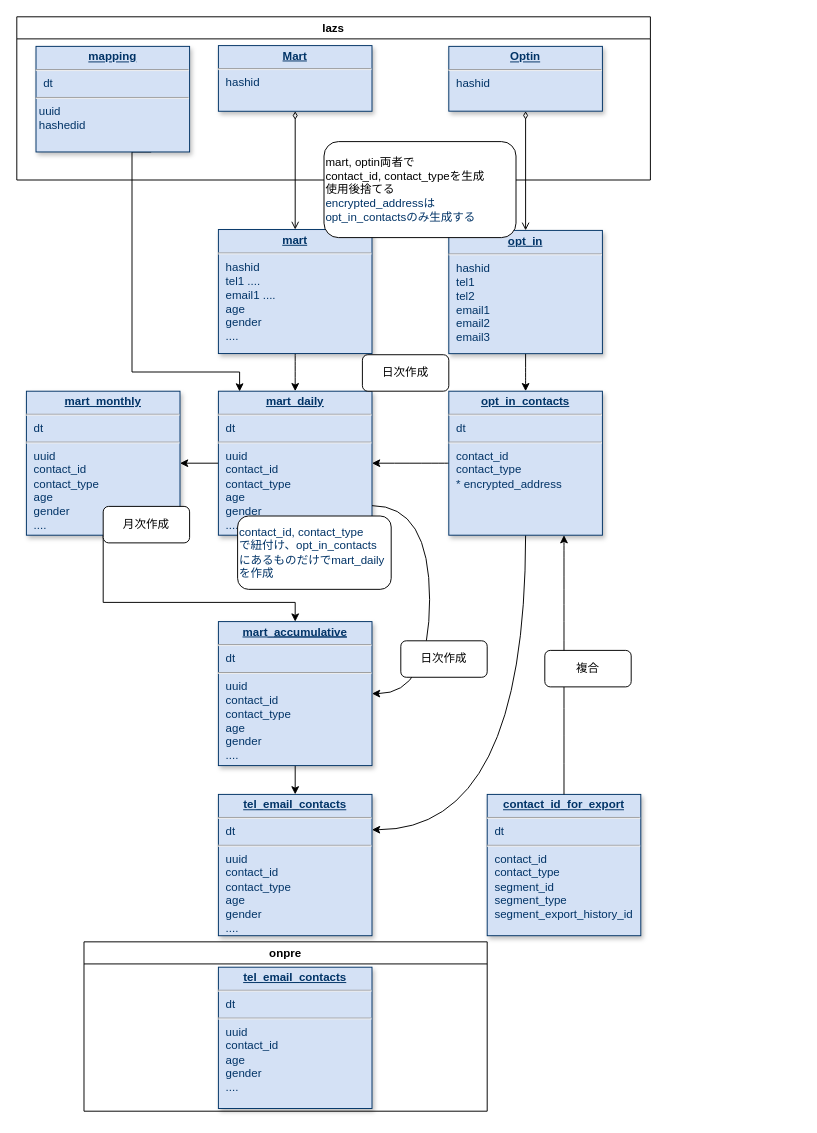
kazuakit/study keeps this draw.io diagram as Untitled Diagram.drawio. Above is the earlier version. Source tidied: cells renumbered, new cells numbered last; positions are measured from the earlier drawing's top-left corner, leaving out a move shared by most shapes. Both pictures are drawn from the tidied source at 96%, with x=0, y=0 at pixel (16, 16).
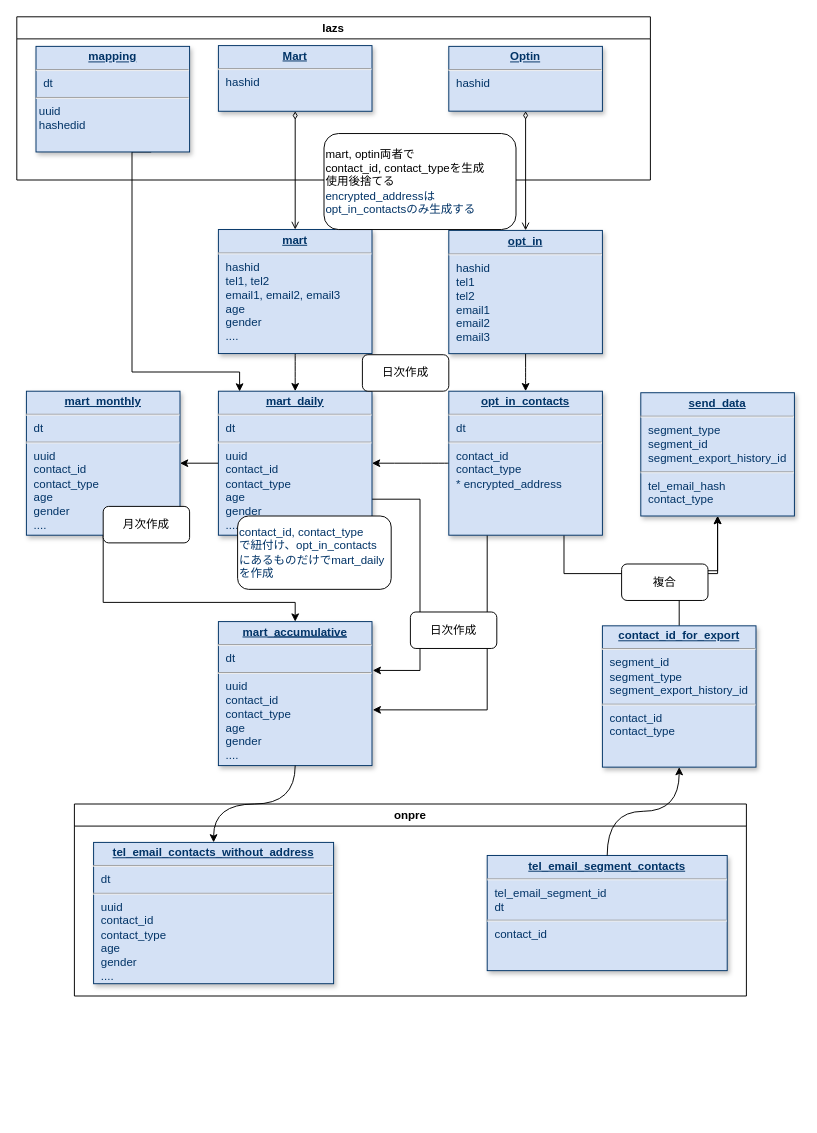
The same page after the edit.

Commit message:
マートファイル蓄積検討

Unchanged cells that the change refers to:
```xml
<mxCell id="16" value="&lt;p style=&quot;margin: 0px ; margin-top: 4px ; text-align: center ; text-decoration: underline&quot;&gt;&lt;b&gt;mart_&lt;/b&gt;&lt;b&gt;&lt;u&gt;accumulative&lt;/u&gt;&lt;/b&gt;&lt;/p&gt;&lt;hr&gt;&lt;p style=&quot;margin: 0px 0px 0px 8px&quot;&gt;dt&lt;/p&gt;&lt;hr&gt;&lt;p style=&quot;margin: 0px 0px 0px 8px&quot;&gt;uuid&lt;/p&gt;&lt;p style=&quot;margin: 0px 0px 0px 8px&quot;&gt;contact_id&lt;br&gt;&lt;/p&gt;&lt;p style=&quot;margin: 0px 0px 0px 8px&quot;&gt;contact_type&lt;/p&gt;&lt;p style=&quot;margin: 0px 0px 0px 8px&quot;&gt;age&lt;/p&gt;&lt;p style=&quot;margin: 0px 0px 0px 8px&quot;&gt;gender&lt;/p&gt;&lt;p style=&quot;margin: 0px 0px 0px 8px&quot;&gt;....&lt;/p&gt;" style="verticalAlign=top;align=left;overflow=fill;fontSize=12;fontFamily=Helvetica;html=1;strokeColor=#003366;shadow=1;fillColor=#D4E1F5;fontColor=#003366;" parent="1" vertex="1">
  <mxGeometry x="210" y="630" width="160" height="150" as="geometry" />
</mxCell>
<mxCell id="23" value="&lt;p style=&quot;margin: 0px ; margin-top: 4px ; text-align: center ; text-decoration: underline&quot;&gt;&lt;b&gt;mart_&lt;/b&gt;&lt;b&gt;&lt;u&gt;daily&lt;/u&gt;&lt;/b&gt;&lt;br&gt;&lt;/p&gt;&lt;hr&gt;&lt;p style=&quot;margin: 0px 0px 0px 8px&quot;&gt;dt&lt;br&gt;&lt;/p&gt;&lt;hr&gt;&lt;p style=&quot;margin: 0px 0px 0px 8px&quot;&gt;&lt;span&gt;uuid&lt;/span&gt;&lt;/p&gt;&lt;p style=&quot;margin: 0px 0px 0px 8px&quot;&gt;&lt;span&gt;contact_id&lt;/span&gt;&lt;br&gt;&lt;/p&gt;&lt;p style=&quot;margin: 0px 0px 0px 8px&quot;&gt;contact_type&lt;/p&gt;&lt;p style=&quot;margin: 0px 0px 0px 8px&quot;&gt;age&lt;/p&gt;&lt;p style=&quot;margin: 0px 0px 0px 8px&quot;&gt;gender&lt;/p&gt;&lt;p style=&quot;margin: 0px 0px 0px 8px&quot;&gt;....&lt;/p&gt;" style="verticalAlign=top;align=left;overflow=fill;fontSize=12;fontFamily=Helvetica;html=1;strokeColor=#003366;shadow=1;fillColor=#D4E1F5;fontColor=#003366;" parent="1" vertex="1">
  <mxGeometry x="210" y="390" width="160" height="150" as="geometry" />
</mxCell>
<mxCell id="26" value="&lt;p style=&quot;margin: 0px ; margin-top: 4px ; text-align: center ; text-decoration: underline&quot;&gt;&lt;strong&gt;opt_in_contacts&lt;/strong&gt;&lt;/p&gt;&lt;hr&gt;&lt;p style=&quot;margin: 0px ; margin-left: 8px&quot;&gt;dt&lt;/p&gt;&lt;hr&gt;&lt;p style=&quot;margin: 0px 0px 0px 8px&quot;&gt;contact_id&lt;br&gt;&lt;/p&gt;&lt;p style=&quot;margin: 0px 0px 0px 8px&quot;&gt;contact_type&lt;/p&gt;&lt;p style=&quot;margin: 0px 0px 0px 8px&quot;&gt;* encrypted_address&lt;br&gt;&lt;/p&gt;" style="verticalAlign=top;align=left;overflow=fill;fontSize=12;fontFamily=Helvetica;html=1;strokeColor=#003366;shadow=1;fillColor=#D4E1F5;fontColor=#003366;" parent="1" vertex="1">
  <mxGeometry x="450" y="390" width="160" height="150" as="geometry" />
</mxCell>
```

The edit, as a diff of the source:
```diff
@@
-    <mxCell id="2" value="&lt;p style=&quot;margin: 4px 0px 0px ; text-align: center&quot;&gt;&lt;b&gt;&lt;u&gt;tel_email_contacts&lt;/u&gt;&lt;/b&gt;&lt;br&gt;&lt;/p&gt;&lt;hr&gt;&lt;p style=&quot;margin: 0px 0px 0px 8px&quot;&gt;dt&lt;/p&gt;&lt;hr&gt;&lt;p style=&quot;margin: 0px 0px 0px 8px&quot;&gt;uuid&lt;/p&gt;&lt;p style=&quot;margin: 0px 0px 0px 8px&quot;&gt;contact_id&lt;/p&gt;&lt;p style=&quot;margin: 0px 0px 0px 8px&quot;&gt;age&lt;/p&gt;&lt;p style=&quot;margin: 0px 0px 0px 8px&quot;&gt;gender&lt;/p&gt;&lt;p style=&quot;margin: 0px 0px 0px 8px&quot;&gt;....&lt;/p&gt;" style="verticalAlign=top;align=left;overflow=fill;fontSize=12;fontFamily=Helvetica;html=1;strokeColor=#003366;shadow=1;fillColor=#D4E1F5;fontColor=#003366;" parent="1" vertex="1">
-      <mxGeometry x="210" y="990" width="160" height="147.2" as="geometry" />
-    </mxCell>
@@
-    <mxCell id="7" value="&lt;p style=&quot;margin: 4px 0px 0px ; text-align: center&quot;&gt;&lt;b&gt;&lt;u&gt;tel_email_contacts&lt;/u&gt;&lt;/b&gt;&lt;br&gt;&lt;/p&gt;&lt;hr&gt;&lt;p style=&quot;margin: 0px 0px 0px 8px&quot;&gt;dt&lt;/p&gt;&lt;hr&gt;&lt;p style=&quot;margin: 0px 0px 0px 8px&quot;&gt;uuid&lt;/p&gt;&lt;p style=&quot;margin: 0px 0px 0px 8px&quot;&gt;contact_id&lt;/p&gt;&lt;p style=&quot;margin: 0px 0px 0px 8px&quot;&gt;contact_type&lt;br&gt;&lt;/p&gt;&lt;p style=&quot;margin: 0px 0px 0px 8px&quot;&gt;age&lt;/p&gt;&lt;p style=&quot;margin: 0px 0px 0px 8px&quot;&gt;gender&lt;/p&gt;&lt;p style=&quot;margin: 0px 0px 0px 8px&quot;&gt;....&lt;/p&gt;" style="verticalAlign=top;align=left;overflow=fill;fontSize=12;fontFamily=Helvetica;html=1;strokeColor=#003366;shadow=1;fillColor=#D4E1F5;fontColor=#003366;" parent="1" vertex="1">
-      <mxGeometry x="210" y="810" width="160" height="147.2" as="geometry" />
-    </mxCell>
-    <mxCell id="8" style="edgeStyle=orthogonalEdgeStyle;rounded=0;jettySize=auto;html=1;exitX=0.5;exitY=1;exitDx=0;exitDy=0;entryX=0.5;entryY=0;entryDx=0;entryDy=0;" parent="1" edge="1" source="16" target="7">
-      <mxGeometry relative="1" as="geometry" />
-    </mxCell>
+    <mxCell id="35" style="edgeStyle=orthogonalEdgeStyle;rounded=0;jettySize=auto;html=1;exitX=0.5;exitY=0;exitDx=0;exitDy=0;entryX=0.5;entryY=1;entryDx=0;entryDy=0;" parent="1" edge="1" source="9" target="40">
+      <mxGeometry relative="1" as="geometry">
+        <Array as="points">
+          <mxPoint x="690" y="577" />
+          <mxPoint x="730" y="577" />
+        </Array>
+      </mxGeometry>
+    </mxCell>
-    <mxCell id="9" value="&lt;p style=&quot;margin: 4px 0px 0px ; text-align: center&quot;&gt;&lt;b&gt;&lt;u&gt;contact_id_for_export&lt;/u&gt;&lt;/b&gt;&lt;br&gt;&lt;/p&gt;&lt;hr&gt;&lt;p style=&quot;margin: 0px 0px 0px 8px&quot;&gt;dt&lt;/p&gt;&lt;hr&gt;&lt;p style=&quot;margin: 0px 0px 0px 8px&quot;&gt;contact_id&lt;/p&gt;&lt;p style=&quot;margin: 0px 0px 0px 8px&quot;&gt;contact_type&lt;/p&gt;&lt;p style=&quot;margin: 0px 0px 0px 8px&quot;&gt;segment_id&lt;br&gt;&lt;/p&gt;&lt;p style=&quot;margin: 0px 0px 0px 8px&quot;&gt;segment_type&lt;/p&gt;&lt;p style=&quot;margin: 0px 0px 0px 8px&quot;&gt;segment_export_history_id&lt;br&gt;&lt;/p&gt;&lt;p style=&quot;margin: 0px 0px 0px 8px&quot;&gt;&lt;br&gt;&lt;/p&gt;" style="verticalAlign=top;align=left;overflow=fill;fontSize=12;fontFamily=Helvetica;html=1;strokeColor=#003366;shadow=1;fillColor=#D4E1F5;fontColor=#003366;" parent="1" vertex="1">
-      <mxGeometry x="490" y="810" width="160" height="147.2" as="geometry" />
+    <mxCell id="9" value="&lt;p style=&quot;margin: 4px 0px 0px ; text-align: center&quot;&gt;&lt;b&gt;&lt;u&gt;contact_id_for_export&lt;/u&gt;&lt;/b&gt;&lt;br&gt;&lt;/p&gt;&lt;hr&gt;&lt;p style=&quot;margin: 0px 0px 0px 8px&quot;&gt;segment_id&lt;br&gt;&lt;/p&gt;&lt;p style=&quot;margin: 0px 0px 0px 8px&quot;&gt;segment_type&lt;/p&gt;&lt;p style=&quot;margin: 0px 0px 0px 8px&quot;&gt;segment_export_history_id&lt;/p&gt;&lt;hr&gt;&lt;p style=&quot;margin: 0px 0px 0px 8px&quot;&gt;contact_id&lt;/p&gt;&lt;p style=&quot;margin: 0px 0px 0px 8px&quot;&gt;contact_type&lt;/p&gt;&lt;p style=&quot;margin: 0px 0px 0px 8px&quot;&gt;&lt;br&gt;&lt;/p&gt;" style="verticalAlign=top;align=left;overflow=fill;fontSize=12;fontFamily=Helvetica;html=1;strokeColor=#003366;shadow=1;fillColor=#D4E1F5;fontColor=#003366;" parent="1" vertex="1">
+      <mxGeometry x="610" y="634.4" width="160" height="147.2" as="geometry" />
     </mxCell>
-    <mxCell id="10" style="edgeStyle=orthogonalEdgeStyle;curved=1;rounded=0;jettySize=auto;html=1;exitX=0.5;exitY=1;exitDx=0;exitDy=0;entryX=1;entryY=0.25;entryDx=0;entryDy=0;" parent="1" edge="1" source="26" target="7">
-      <mxGeometry relative="1" as="geometry" />
-    </mxCell>
-    <mxCell id="11" style="edgeStyle=orthogonalEdgeStyle;curved=1;rounded=0;jettySize=auto;html=1;exitX=0.75;exitY=1;exitDx=0;exitDy=0;startArrow=classic;startFill=1;endArrow=none;endFill=0;strokeWidth=1;entryX=0.5;entryY=0;entryDx=0;entryDy=0;" parent="1" edge="1" source="26" target="9">
-      <mxGeometry relative="1" as="geometry" />
-    </mxCell>
@@
-    <mxCell id="19" value="&lt;p style=&quot;margin: 0px ; margin-top: 4px ; text-align: center ; text-decoration: underline&quot;&gt;&lt;b&gt;mart&lt;/b&gt;&lt;/p&gt;&lt;hr&gt;&lt;p style=&quot;margin: 0px 0px 0px 8px&quot;&gt;hashid&lt;br&gt;&lt;/p&gt;&lt;p style=&quot;margin: 0px 0px 0px 8px&quot;&gt;tel1 ....&amp;nbsp;&lt;/p&gt;&lt;p style=&quot;margin: 0px 0px 0px 8px&quot;&gt;email1 ....&lt;/p&gt;&lt;p style=&quot;margin: 0px 0px 0px 8px&quot;&gt;age&lt;/p&gt;&lt;p style=&quot;margin: 0px 0px 0px 8px&quot;&gt;gender&lt;/p&gt;&lt;p style=&quot;margin: 0px 0px 0px 8px&quot;&gt;....&lt;/p&gt;" style="verticalAlign=top;align=left;overflow=fill;fontSize=12;fontFamily=Helvetica;html=1;strokeColor=#003366;shadow=1;fillColor=#D4E1F5;fontColor=#003366;" parent="1" vertex="1">
+    <mxCell id="19" value="&lt;p style=&quot;margin: 0px ; margin-top: 4px ; text-align: center ; text-decoration: underline&quot;&gt;&lt;b&gt;mart&lt;/b&gt;&lt;/p&gt;&lt;hr&gt;&lt;p style=&quot;margin: 0px 0px 0px 8px&quot;&gt;hashid&lt;br&gt;&lt;/p&gt;&lt;p style=&quot;margin: 0px 0px 0px 8px&quot;&gt;tel1, tel2&amp;nbsp;&lt;/p&gt;&lt;p style=&quot;margin: 0px 0px 0px 8px&quot;&gt;email1, email2, email3&lt;/p&gt;&lt;p style=&quot;margin: 0px 0px 0px 8px&quot;&gt;age&lt;/p&gt;&lt;p style=&quot;margin: 0px 0px 0px 8px&quot;&gt;gender&lt;/p&gt;&lt;p style=&quot;margin: 0px 0px 0px 8px&quot;&gt;....&lt;/p&gt;" style="verticalAlign=top;align=left;overflow=fill;fontSize=12;fontFamily=Helvetica;html=1;strokeColor=#003366;shadow=1;fillColor=#D4E1F5;fontColor=#003366;" parent="1" vertex="1">
       <mxGeometry x="210" y="221.6" width="160" height="129.2" as="geometry" />
     </mxCell>
@@
+    <mxCell id="36" style="edgeStyle=orthogonalEdgeStyle;rounded=0;jettySize=auto;html=1;exitX=1;exitY=0.75;exitDx=0;exitDy=0;entryX=1.005;entryY=0.339;entryDx=0;entryDy=0;entryPerimeter=0;" parent="1" edge="1" source="23" target="16">
+      <mxGeometry relative="1" as="geometry">
+        <Array as="points">
+          <mxPoint x="420" y="502" />
+          <mxPoint x="420" y="681" />
+        </Array>
+      </mxGeometry>
+    </mxCell>
@@
-    <mxCell id="24" style="edgeStyle=orthogonalEdgeStyle;curved=1;rounded=0;jettySize=auto;html=1;exitX=1;exitY=0.5;exitDx=0;exitDy=0;endArrow=none;startArrow=classic;startFill=1;" parent="1" edge="1" source="16" target="23">
-      <mxGeometry relative="1" as="geometry">
-        <Array as="points">
-          <mxPoint x="430" y="509.2" />
-        </Array>
-      </mxGeometry>
-    </mxCell>
-    <mxCell id="25" value="日次作成" style="rounded=1;whiteSpace=wrap;html=1;" parent="1" vertex="1">
-      <mxGeometry x="400" y="650" width="90" height="38" as="geometry" />
-    </mxCell>
+    <mxCell id="37" style="edgeStyle=orthogonalEdgeStyle;rounded=0;jettySize=auto;html=1;exitX=0.25;exitY=1;exitDx=0;exitDy=0;entryX=1.005;entryY=0.613;entryDx=0;entryDy=0;entryPerimeter=0;" parent="1" edge="1" source="26" target="16">
+      <mxGeometry relative="1" as="geometry" />
+    </mxCell>
+    <mxCell id="38" style="edgeStyle=orthogonalEdgeStyle;rounded=0;jettySize=auto;html=1;exitX=0.75;exitY=1;exitDx=0;exitDy=0;entryX=0.5;entryY=1;entryDx=0;entryDy=0;" parent="1" edge="1" source="26" target="40">
+      <mxGeometry relative="1" as="geometry">
+        <Array as="points">
+          <mxPoint x="570" y="580" />
+          <mxPoint x="730" y="580" />
+        </Array>
+      </mxGeometry>
+    </mxCell>
@@
-    <mxCell id="29" value="複合" style="rounded=1;whiteSpace=wrap;html=1;" parent="1" vertex="1">
-      <mxGeometry x="550" y="660" width="90" height="38" as="geometry" />
-    </mxCell>
@@
     <mxCell id="33" value="onpre" style="swimlane;" parent="1" vertex="1">
-      <mxGeometry x="70" y="963.6" width="420" height="176.4" as="geometry" />
+      <mxGeometry x="60" y="820" width="700" height="200" as="geometry" />
     </mxCell>
+    <mxCell id="2" value="&lt;p style=&quot;margin: 4px 0px 0px ; text-align: center&quot;&gt;&lt;b&gt;&lt;u&gt;tel_email_contacts_without_address&lt;/u&gt;&lt;/b&gt;&lt;br&gt;&lt;/p&gt;&lt;hr&gt;&lt;p style=&quot;margin: 0px 0px 0px 8px&quot;&gt;dt&lt;/p&gt;&lt;hr&gt;&lt;p style=&quot;margin: 0px 0px 0px 8px&quot;&gt;uuid&lt;/p&gt;&lt;p style=&quot;margin: 0px 0px 0px 8px&quot;&gt;contact_id&lt;/p&gt;&lt;p style=&quot;margin: 0px 0px 0px 8px&quot;&gt;contact_type&lt;br&gt;&lt;/p&gt;&lt;p style=&quot;margin: 0px 0px 0px 8px&quot;&gt;age&lt;/p&gt;&lt;p style=&quot;margin: 0px 0px 0px 8px&quot;&gt;gender&lt;/p&gt;&lt;p style=&quot;margin: 0px 0px 0px 8px&quot;&gt;....&lt;/p&gt;" style="verticalAlign=top;align=left;overflow=fill;fontSize=12;fontFamily=Helvetica;html=1;strokeColor=#003366;shadow=1;fillColor=#D4E1F5;fontColor=#003366;" parent="33" vertex="1">
+      <mxGeometry x="20" y="40" width="250" height="147.2" as="geometry" />
+    </mxCell>
+    <mxCell id="39" value="&lt;p style=&quot;margin: 4px 0px 0px ; text-align: center&quot;&gt;&lt;b&gt;&lt;u&gt;tel_email_segment_contacts&lt;/u&gt;&lt;/b&gt;&lt;br&gt;&lt;/p&gt;&lt;hr&gt;&lt;p style=&quot;margin: 0px 0px 0px 8px&quot;&gt;tel_email_segment_id&lt;br&gt;&lt;/p&gt;&lt;p style=&quot;margin: 0px 0px 0px 8px&quot;&gt;dt&lt;/p&gt;&lt;hr&gt;&lt;p style=&quot;margin: 0px 0px 0px 8px&quot;&gt;contact_id&lt;br&gt;&lt;/p&gt;&lt;p style=&quot;margin: 0px 0px 0px 8px&quot;&gt;&lt;br&gt;&lt;/p&gt;" style="verticalAlign=top;align=left;overflow=fill;fontSize=12;fontFamily=Helvetica;html=1;strokeColor=#003366;shadow=1;fillColor=#D4E1F5;fontColor=#003366;" parent="33" vertex="1">
+      <mxGeometry x="430" y="53.6" width="250" height="120" as="geometry" />
+    </mxCell>
     <mxCell id="34" value="&lt;div&gt;&lt;span&gt;mart, optin両者で&lt;/span&gt;&lt;/div&gt;&lt;div&gt;&lt;span&gt;contact_id,&lt;/span&gt;&lt;span style=&quot;color: rgb(0 , 51 , 102)&quot;&gt;&amp;nbsp;&lt;/span&gt;&lt;span&gt;contact_typeを生成&lt;/span&gt;&lt;/div&gt;&lt;div&gt;&lt;span&gt;使用後捨てる&lt;/span&gt;&lt;/div&gt;&lt;div&gt;&lt;span style=&quot;color: rgb(0 , 51 , 102)&quot;&gt;encrypted_addressは&amp;nbsp;&lt;/span&gt;&lt;span&gt;&lt;br&gt;&lt;/span&gt;&lt;/div&gt;&lt;font color=&quot;#003366&quot;&gt;opt_in_contactsのみ生成する&lt;/font&gt;" style="rounded=1;whiteSpace=wrap;html=1;align=left;fillColor=default;" parent="1" vertex="1">
-      <mxGeometry x="320" y="130" width="200" height="100" as="geometry" />
+      <mxGeometry x="320" y="121.6" width="200" height="100" as="geometry" />
     </mxCell>
+    <mxCell id="8" style="edgeStyle=orthogonalEdgeStyle;rounded=0;jettySize=auto;html=1;exitX=0.5;exitY=1;exitDx=0;exitDy=0;entryX=0.5;entryY=0;entryDx=0;entryDy=0;curved=1;" parent="1" edge="1" source="16" target="2">
+      <mxGeometry relative="1" as="geometry" />
+    </mxCell>
+    <mxCell id="40" value="&lt;p style=&quot;margin: 0px ; margin-top: 4px ; text-align: center ; text-decoration: underline&quot;&gt;&lt;strong&gt;send_data&lt;/strong&gt;&lt;/p&gt;&lt;hr&gt;&lt;p style=&quot;margin: 0px 0px 0px 8px&quot;&gt;segment_type&lt;/p&gt;&lt;p style=&quot;margin: 0px 0px 0px 8px&quot;&gt;segment_id&lt;/p&gt;&lt;p style=&quot;margin: 0px 0px 0px 8px&quot;&gt;segment_export_history_id&lt;/p&gt;&lt;hr&gt;&lt;p style=&quot;margin: 0px ; margin-left: 8px&quot;&gt;tel_email_hash&lt;br&gt;&lt;/p&gt;&lt;p style=&quot;margin: 0px 0px 0px 8px&quot;&gt;&lt;span&gt;contact_type&lt;/span&gt;&lt;br&gt;&lt;/p&gt;" style="verticalAlign=top;align=left;overflow=fill;fontSize=12;fontFamily=Helvetica;html=1;strokeColor=#003366;shadow=1;fillColor=#D4E1F5;fontColor=#003366;" parent="1" vertex="1">
+      <mxGeometry x="650" y="391.6" width="160" height="128.4" as="geometry" />
+    </mxCell>
+    <mxCell id="29" value="複合" style="rounded=1;whiteSpace=wrap;html=1;" parent="1" vertex="1">
+      <mxGeometry x="630" y="570" width="90" height="38" as="geometry" />
+    </mxCell>
+    <mxCell id="41" style="edgeStyle=orthogonalEdgeStyle;curved=1;rounded=0;jettySize=auto;html=1;exitX=0.5;exitY=0;exitDx=0;exitDy=0;entryX=0.5;entryY=1;entryDx=0;entryDy=0;" parent="1" edge="1" source="39" target="9">
+      <mxGeometry relative="1" as="geometry" />
+    </mxCell>
+    <mxCell id="25" value="日次作成" style="rounded=1;whiteSpace=wrap;html=1;" parent="1" vertex="1">
+      <mxGeometry x="410" y="620" width="90" height="38" as="geometry" />
+    </mxCell>
```
